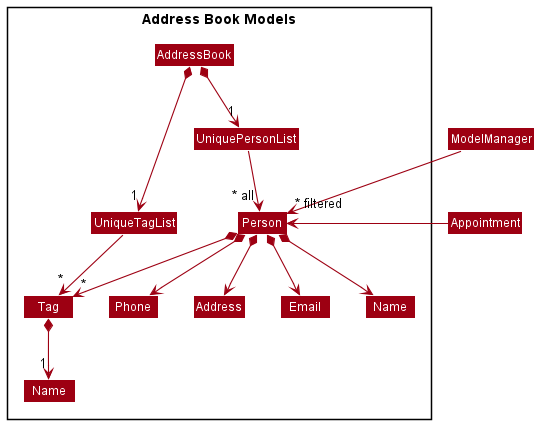
Earlier version of the PlantUML export docs/images/ModelAddressBookClassDiagram.png (nus-cs2103-AY2122S2/tp).
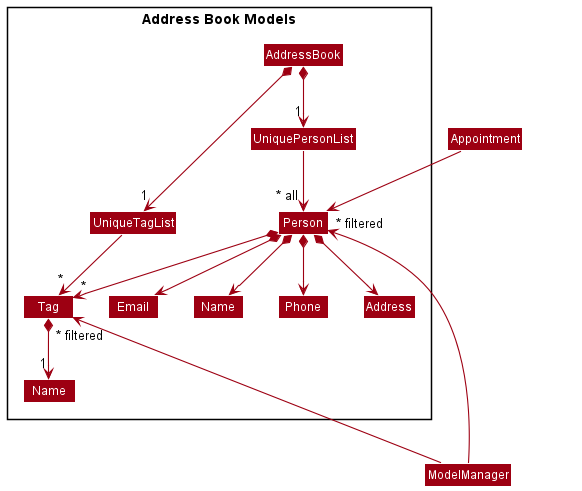
The same file after the commit.

Commit message:
Fix missing link in class diagram

Change to the diagram source:
```diff
@@ -36,10 +36,14 @@
 Person *--> "*" Tag
 Tag *--> "1" "  Name  "
 
+Appointment -down-> Person
 Name -[hidden]right-> Phone
 Phone -[hidden]right-> Address
 Address -[hidden]right-> Email
+AddressBook -[hidden]down- ModelManager
 
-ModelManager -->"~* filtered" Person
-Appointment -> Person
+ModelManager --up->"~* filtered" Tag
+ModelManager -up-->"~* filtered" Person
+
+
 @enduml
```
